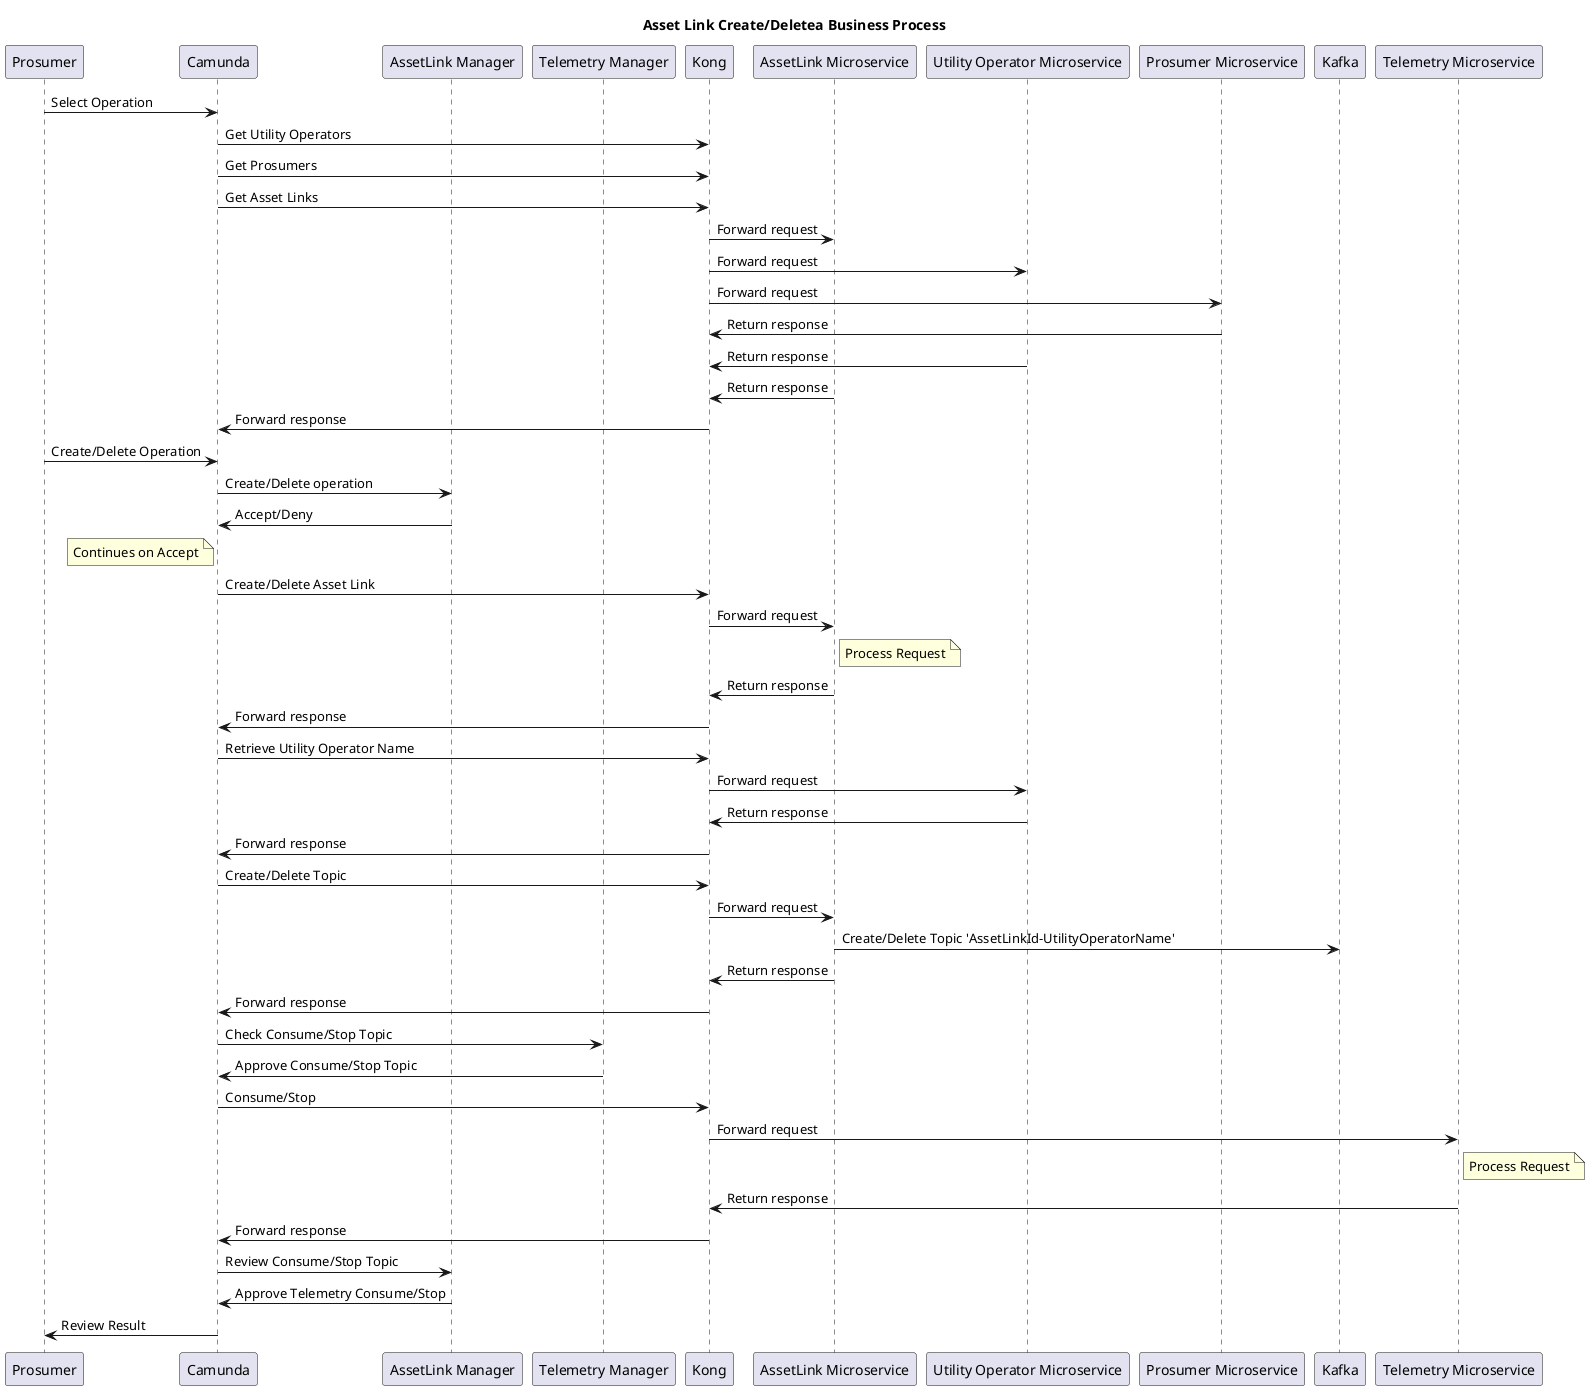
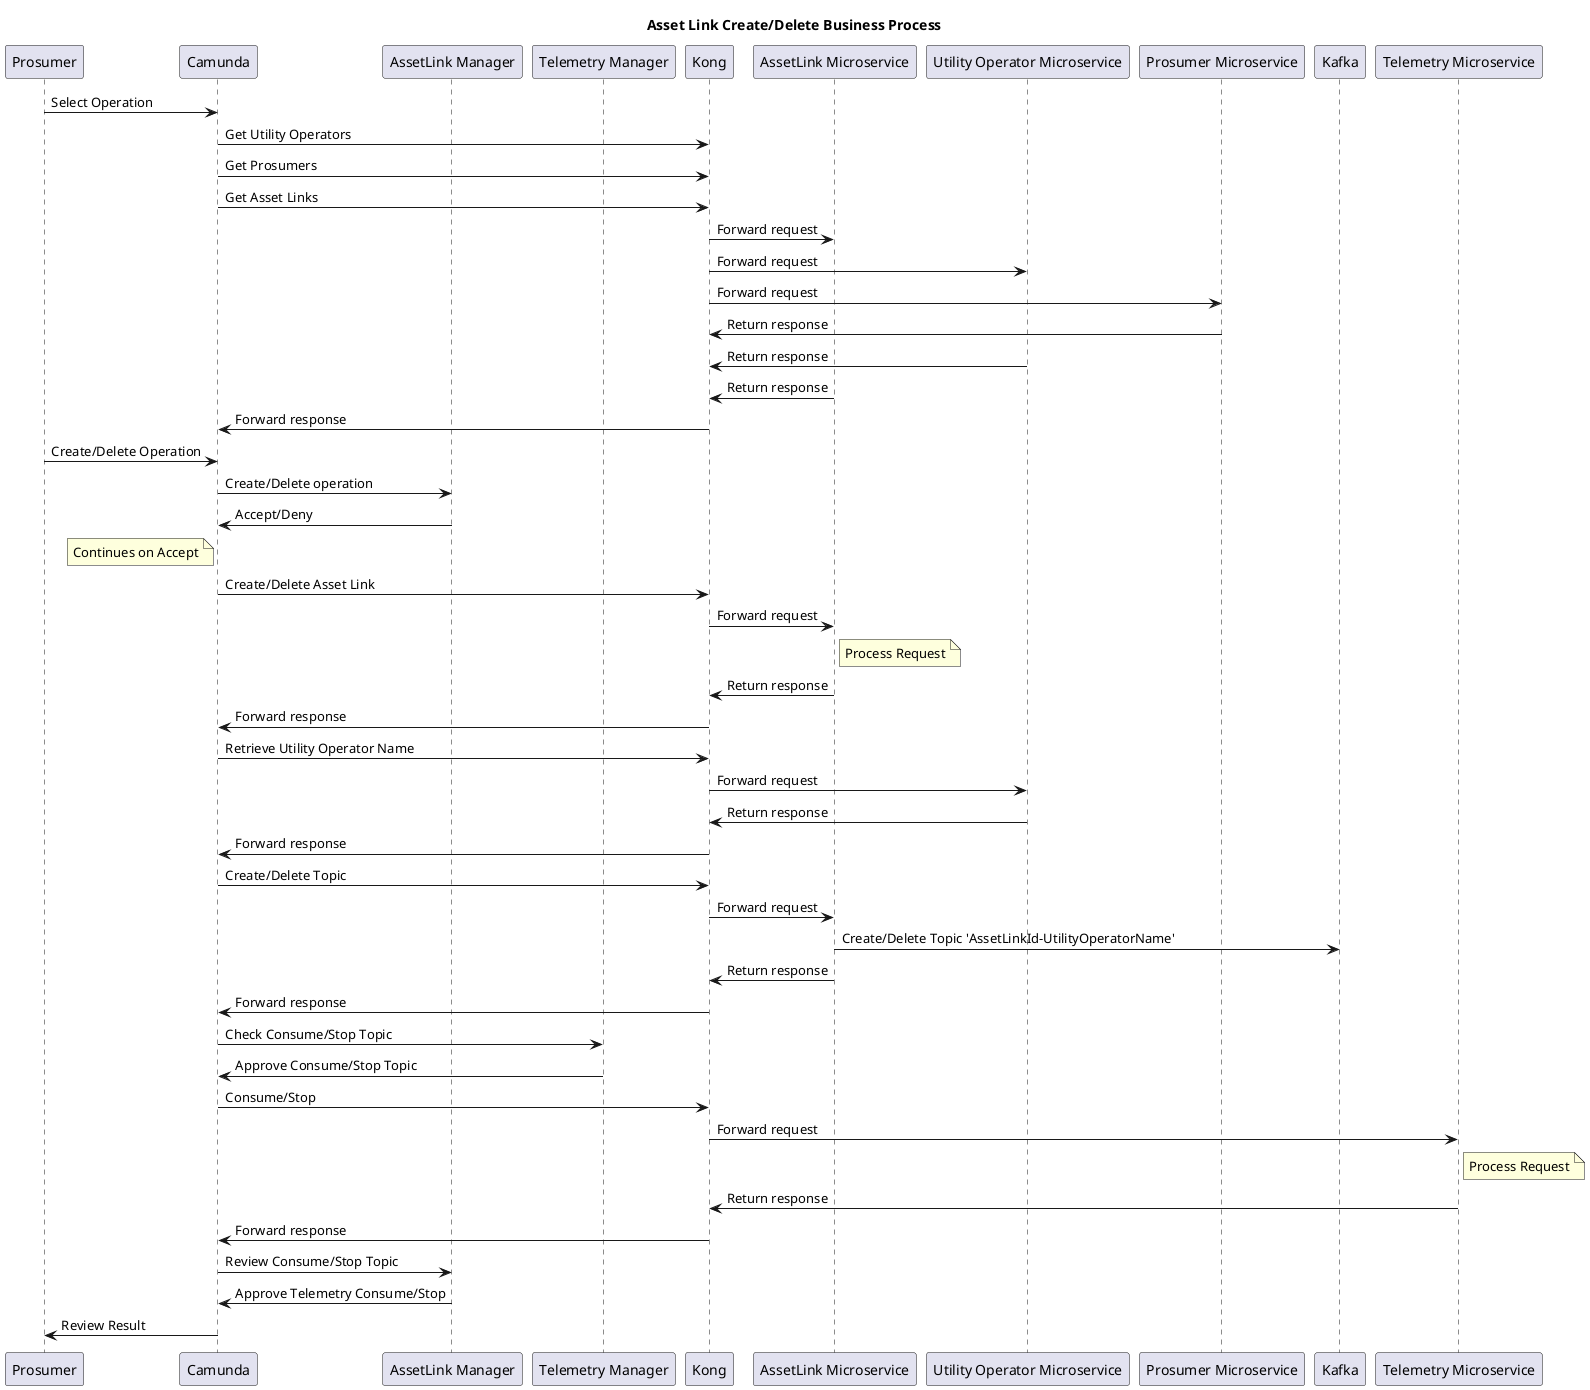
@startuml AssetLinkManagement
- title Asset Link Create/Deletea Business Process
+ title Asset Link Create/Delete Business Process

/'
In order to create an asset link we need to first make a contract between the prosumer and utility operator. POST /AssetLink
Create a new topic(s) in Ka using the AssetLink microservice POST /AssetLink/topic/{prosumerId}/{utilityOperatorId}
Activate the consumption of said topic(s) by the Telemetry Microservice POST /Telemetry/consume
'/

participant Prosumer as P
participant Camunda as C
participant "AssetLink Manager" as ALM
participant "Telemetry Manager" as TM
participant Kong as K
participant "AssetLink Microservice" as AL
participant "Utility Operator Microservice" as UO
participant "Prosumer Microservice" as PM
participant Kafka as Ka
participant "Telemetry Microservice" as T

P -> C: Select Operation

C -> K : Get Utility Operators
C -> K : Get Prosumers
C -> K : Get Asset Links

K -> AL : Forward request
K -> UO : Forward request
K -> PM : Forward request

PM -> K : Return response
UO -> K : Return response
AL -> K : Return response

K -> C : Forward response

P -> C : Create/Delete Operation

C -> ALM : Create/Delete operation
ALM -> C : Accept/Deny

note left of C : Continues on Accept

C -> K : Create/Delete Asset Link
K -> AL : Forward request
note right of AL : Process Request
AL -> K : Return response
K -> C : Forward response

C -> K : Retrieve Utility Operator Name
K -> UO : Forward request
UO -> K : Return response
K -> C : Forward response

C -> K : Create/Delete Topic
K -> AL : Forward request
AL -> Ka : Create/Delete Topic 'AssetLinkId-UtilityOperatorName'
AL -> K : Return response
K -> C : Forward response

C -> TM : Check Consume/Stop Topic
TM -> C : Approve Consume/Stop Topic
C -> K : Consume/Stop
K -> T : Forward request
note right of T : Process Request
T -> K : Return response
K -> C : Forward response

C -> ALM: Review Consume/Stop Topic
ALM -> C : Approve Telemetry Consume/Stop

C -> P : Review Result

@enduml